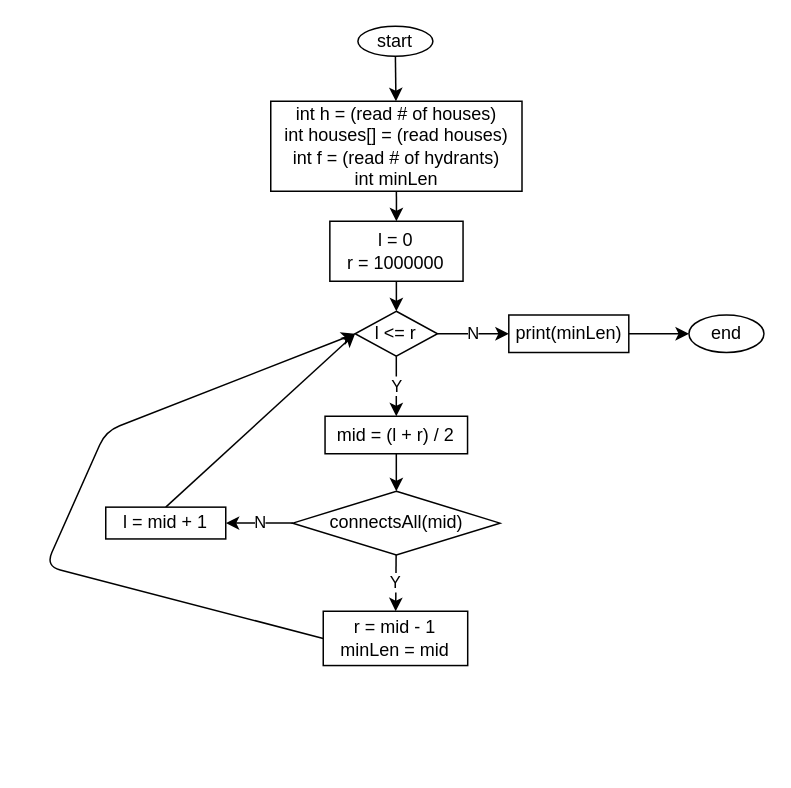
Earlier version of the draw.io diagram page "main" (1 of 2) of c++/cccPractice/problems/senior/2010/design/s3.dio (andrew-canada/gomoku). Source tidied: cells renumbered, new cells numbered last; positions are measured from the earlier drawing's top-left corner, leaving out a move shared by most shapes. Both pictures are drawn from the tidied source at 150%, with x=0, y=0 at pixel (45, 26).
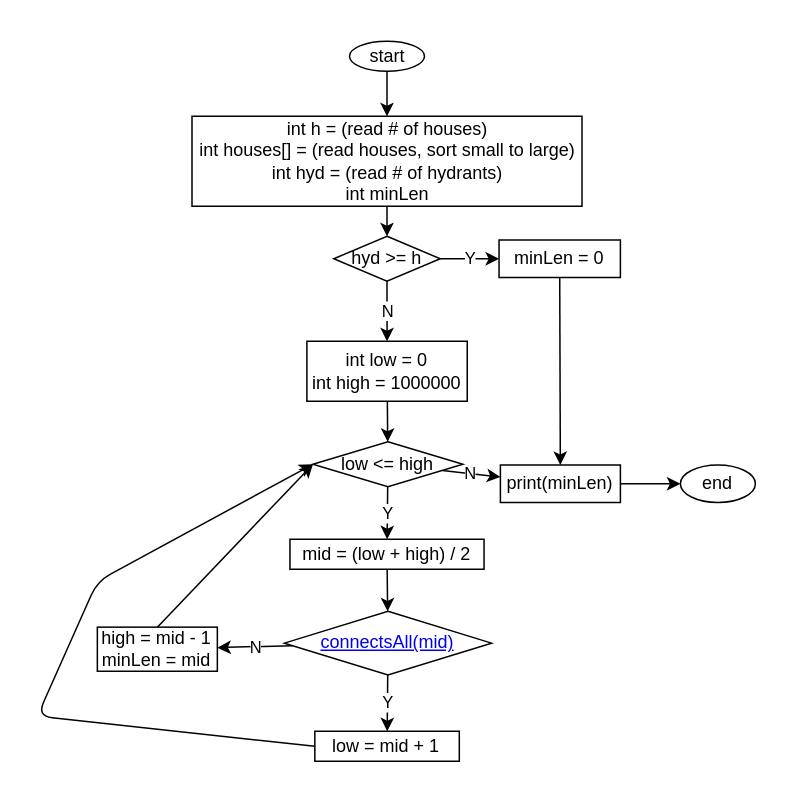
Above is the later version.

What changed in the source:
```diff
@@
-    <mxCell id="2" style="edgeStyle=none;html=1;" parent="1" edge="1" source="3" target="5">
+    <mxCell id="2" style="edgeStyle=none;html=1;entryX=0.5;entryY=0;entryDx=0;entryDy=0;" parent="1" edge="1" source="3" target="5">
       <mxGeometry relative="1" as="geometry" />
     </mxCell>
     <mxCell id="3" value="start" style="ellipse;whiteSpace=wrap;html=1;" parent="1" vertex="1">
-      <mxGeometry x="208.1" width="50" height="20" as="geometry" />
+      <mxGeometry x="202.5" y="10" width="50" height="20" as="geometry" />
     </mxCell>
-    <mxCell id="4" style="edgeStyle=none;html=1;" parent="1" edge="1" source="5" target="7">
+    <mxCell id="4" style="edgeStyle=none;html=1;entryX=0.5;entryY=0;entryDx=0;entryDy=0;" parent="1" edge="1" source="5" target="25">
       <mxGeometry relative="1" as="geometry" />
     </mxCell>
-    <mxCell id="5" value="int h = (read # of houses)&lt;br&gt;int houses[] = (read houses)&lt;br&gt;int f = (read # of hydrants)&lt;br&gt;int minLen" style="whiteSpace=wrap;html=1;" parent="1" vertex="1">
-      <mxGeometry x="150" y="50" width="167.5" height="60" as="geometry" />
+    <mxCell id="5" value="int h = (read # of houses)&lt;br&gt;int houses[] = (read houses, sort small to large)&lt;br&gt;int hyd = (read # of hydrants)&lt;br&gt;int minLen" style="whiteSpace=wrap;html=1;" parent="1" vertex="1">
+      <mxGeometry x="97.5" y="60" width="260" height="60" as="geometry" />
     </mxCell>
@@
-    <mxCell id="7" value="l = 0&lt;br&gt;r = 1000000" style="whiteSpace=wrap;html=1;" parent="1" vertex="1">
-      <mxGeometry x="189.4" y="130" width="88.8" height="40" as="geometry" />
+    <mxCell id="7" value="int low = 0&lt;br&gt;int high = 1000000" style="whiteSpace=wrap;html=1;" parent="1" vertex="1">
+      <mxGeometry x="174.1" y="210" width="106.9" height="40" as="geometry" />
     </mxCell>
@@
-    <mxCell id="10" value="l &amp;lt;= r" style="rhombus;whiteSpace=wrap;html=1;" parent="1" vertex="1">
-      <mxGeometry x="206.2" y="190" width="55" height="30" as="geometry" />
+    <mxCell id="10" value="low &amp;lt;= high" style="rhombus;whiteSpace=wrap;html=1;" parent="1" vertex="1">
+      <mxGeometry x="178.1" y="277" width="100" height="30" as="geometry" />
     </mxCell>
@@
     <mxCell id="12" value="print(minLen)" style="whiteSpace=wrap;html=1;" parent="1" vertex="1">
-      <mxGeometry x="308.7" y="192.5" width="80" height="25" as="geometry" />
+      <mxGeometry x="303.1" y="292.5" width="80" height="25" as="geometry" />
     </mxCell>
     <mxCell id="13" value="end" style="ellipse;whiteSpace=wrap;html=1;" parent="1" vertex="1">
-      <mxGeometry x="428.8" y="192.5" width="50" height="25" as="geometry" />
+      <mxGeometry x="423.1" y="292.5" width="50" height="25" as="geometry" />
     </mxCell>
@@
-    <mxCell id="15" value="mid = (l + r) / 2" style="whiteSpace=wrap;html=1;" parent="1" vertex="1">
-      <mxGeometry x="186.2" y="260" width="95" height="25" as="geometry" />
+    <mxCell id="15" value="mid = (low + high) / 2" style="whiteSpace=wrap;html=1;" parent="1" vertex="1">
+      <mxGeometry x="162.8" y="342" width="129.4" height="20" as="geometry" />
     </mxCell>
@@
-    <mxCell id="18" value="connectsAll(mid)" style="rhombus;whiteSpace=wrap;html=1;" parent="1" vertex="1">
-      <mxGeometry x="164.7" y="310" width="138.1" height="42.5" as="geometry" />
+    <mxCell id="18" value="&lt;a href=&quot;data:page/id,bX6vdtLipHH2bT0xM-UE&quot;&gt;connectsAll(mid)&lt;/a&gt;" style="rhombus;whiteSpace=wrap;html=1;" parent="1" vertex="1">
+      <mxGeometry x="159.1" y="390" width="138.1" height="42.5" as="geometry" />
     </mxCell>
@@
-    <mxCell id="20" value="l = mid + 1" style="whiteSpace=wrap;html=1;" parent="1" vertex="1">
-      <mxGeometry x="40" y="320.6" width="80" height="21.2" as="geometry" />
+    <mxCell id="20" value="high = mid - 1&lt;br&gt;minLen = mid" style="whiteSpace=wrap;html=1;" parent="1" vertex="1">
+      <mxGeometry x="34.4" y="400.6" width="80" height="29.4" as="geometry" />
     </mxCell>
     <mxCell id="21" style="edgeStyle=none;html=1;exitX=0;exitY=0.5;exitDx=0;exitDy=0;entryX=0;entryY=0.5;entryDx=0;entryDy=0;" parent="1" edge="1" source="22" target="10">
       <mxGeometry relative="1" as="geometry">
         <Array as="points">
-          <mxPoint y="360" />
-          <mxPoint x="40" y="270" />
+          <mxPoint x="-5.6" y="460" />
+          <mxPoint x="34.4" y="370" />
         </Array>
       </mxGeometry>
     </mxCell>
-    <mxCell id="22" value="r = mid - 1&lt;br&gt;minLen = mid" style="whiteSpace=wrap;html=1;" parent="1" vertex="1">
-      <mxGeometry x="185" y="390" width="96.3" height="36.2" as="geometry" />
+    <mxCell id="22" value="low = mid + 1" style="whiteSpace=wrap;html=1;" parent="1" vertex="1">
+      <mxGeometry x="179.4" y="470" width="96.3" height="20" as="geometry" />
     </mxCell>
+    <mxCell id="23" value="Y" style="edgeStyle=none;html=1;" parent="1" edge="1" source="25" target="27">
+      <mxGeometry relative="1" as="geometry" />
+    </mxCell>
+    <mxCell id="24" value="N" style="edgeStyle=none;html=1;" parent="1" edge="1" source="25" target="7">
+      <mxGeometry relative="1" as="geometry" />
+    </mxCell>
+    <mxCell id="25" value="hyd &amp;gt;= h" style="rhombus;whiteSpace=wrap;html=1;" parent="1" vertex="1">
+      <mxGeometry x="192" y="140" width="71" height="30" as="geometry" />
+    </mxCell>
+    <mxCell id="26" style="edgeStyle=none;html=1;exitX=0.5;exitY=1;exitDx=0;exitDy=0;" parent="1" edge="1" source="27" target="12">
+      <mxGeometry relative="1" as="geometry" />
+    </mxCell>
+    <mxCell id="27" value="minLen = 0" style="whiteSpace=wrap;html=1;" parent="1" vertex="1">
+      <mxGeometry x="302.2" y="142.5" width="80.9" height="25" as="geometry" />
+    </mxCell>
```
